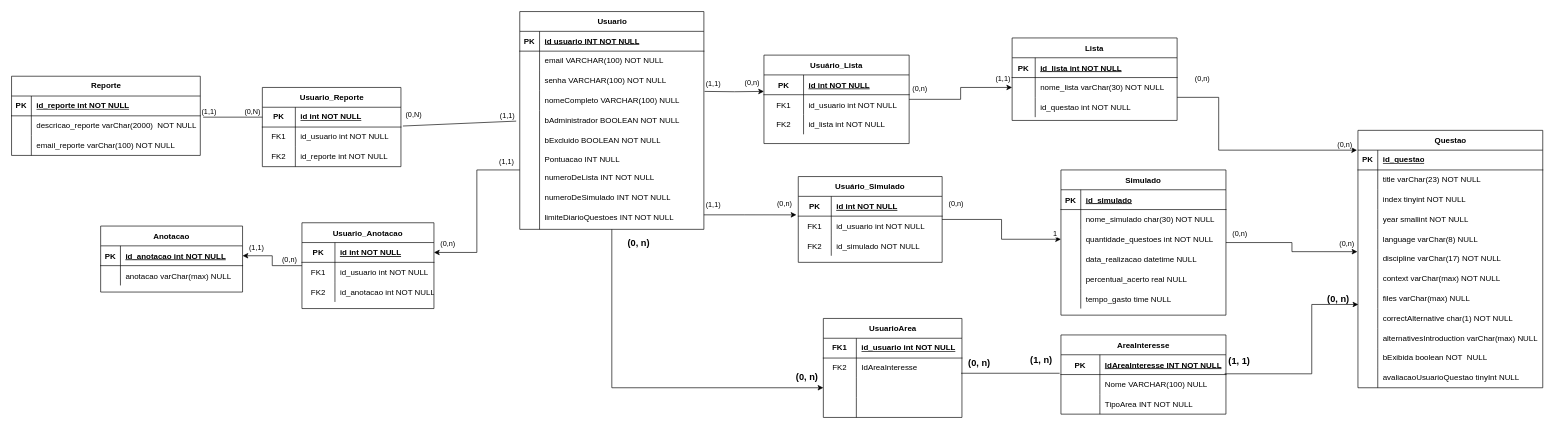
Before: DIAGRAMA ER.drawio in augustorazani/QENEM-UML-Diagram, a draw.io diagram. Source tidied: cells renumbered, new cells numbered last; positions are measured from the earlier drawing's top-left corner, leaving out a move shared by most shapes. Both pictures are drawn from the tidied source at 66%, with x=0, y=0 at pixel (11, 11).
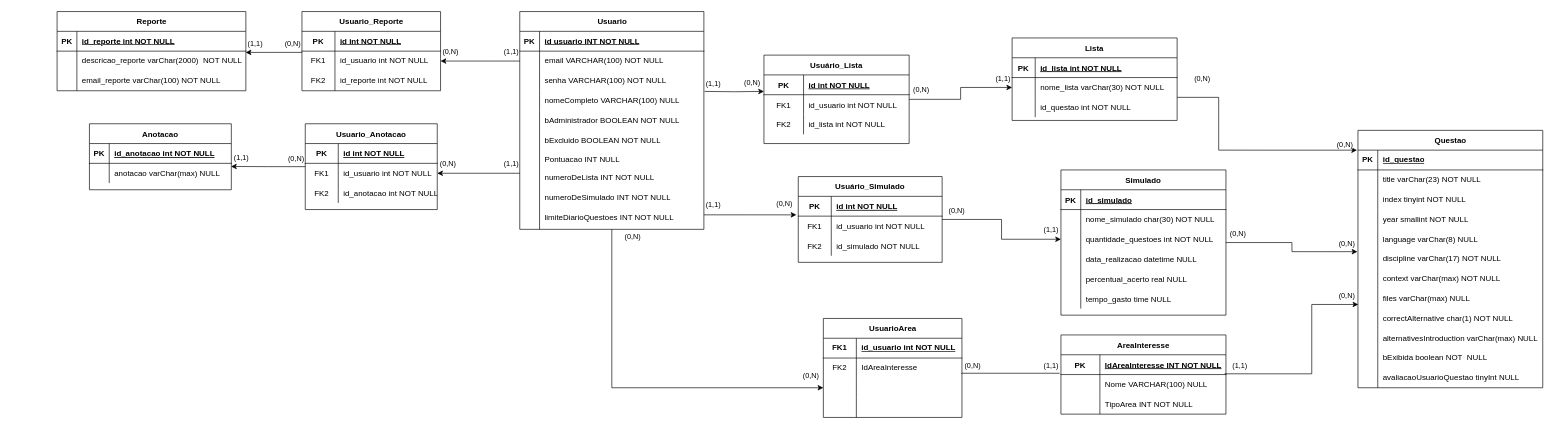
After the change.

Unchanged cells that the change refers to:
```xml
<mxCell id="2" style="edgeStyle=orthogonalEdgeStyle;rounded=0;jettySize=auto;html=1;entryX=-0.005;entryY=0.077;entryDx=0;entryDy=0;entryPerimeter=0;" parent="1" edge="1" source="5" target="55">
  <mxGeometry relative="1" as="geometry">
    <Array as="points">
      <mxPoint x="1710" y="103" />
      <mxPoint x="1710" y="108" />
      <mxPoint x="1711" y="108" />
      <mxPoint x="1711" y="130" />
      <mxPoint x="1829" y="130" />
      <mxPoint x="1829" y="210" />
    </Array>
  </mxGeometry>
</mxCell>
<mxCell id="26" style="edgeStyle=orthogonalEdgeStyle;rounded=0;jettySize=auto;html=1;entryX=0;entryY=0.833;entryDx=0;entryDy=0;entryPerimeter=0;" parent="1" edge="1" target="17">
  <mxGeometry relative="1" as="geometry">
    <mxPoint x="1050" y="121" as="sourcePoint" />
  </mxGeometry>
</mxCell>
<mxCell id="30" style="shape=tableRow;horizontal=0;startSize=0;swimlaneHead=0;swimlaneBody=0;fillColor=none;points=[[0,0.5],[1,0.5]];portConstraint=eastwest;top=0;left=0;right=0;bottom=1;" parent="29" vertex="1">
  <mxGeometry y="30" width="210" height="30" as="geometry" />
</mxCell>
<mxCell id="33" style="shape=tableRow;horizontal=0;startSize=0;swimlaneHead=0;swimlaneBody=0;fillColor=none;points=[[0,0.5],[1,0.5]];portConstraint=eastwest;top=0;left=0;right=0;bottom=0;" parent="29" vertex="1">
  <mxGeometry y="60" width="210" height="30" as="geometry" />
</mxCell>
<mxCell id="43" style="shape=tableRow;horizontal=0;startSize=0;swimlaneHead=0;swimlaneBody=0;fillColor=none;points=[[0,0.5],[1,0.5]];portConstraint=eastwest;top=0;left=0;right=0;bottom=0;" parent="39" vertex="1">
  <mxGeometry y="60" width="286" height="30" as="geometry" />
</mxCell>
<mxCell id="94" value="Usuario" style="shape=table;startSize=30;childLayout=tableLayout;rowLines=0;fontStyle=1;align=center;html=1;" parent="1" vertex="1">
  <mxGeometry x="770" width="279" height="330" as="geometry" />
</mxCell>
<mxCell id="156" style="shape=partialRectangle;fillColor=none;points=[[0,0.5],[1,0.5]];portConstraint=eastwest;top=0;left=0;right=0;bottom=1;" parent="155" vertex="1">
  <mxGeometry y="30" width="215" height="30" as="geometry" />
</mxCell>
<mxCell id="159" style="shape=partialRectangle;fillColor=none;points=[[0,0.5],[1,0.5]];portConstraint=eastwest;top=0;left=0;right=0;bottom=0;" parent="155" vertex="1">
  <mxGeometry y="60" width="215" height="30" as="geometry" />
</mxCell>
<mxCell id="164" style="shape=partialRectangle;fillColor=none;points=[[0,0.5],[1,0.5]];portConstraint=eastwest;top=0;left=0;right=0;bottom=1;" parent="163" vertex="1">
  <mxGeometry y="30" width="200" height="30" as="geometry" />
</mxCell>
<mxCell id="167" style="shape=partialRectangle;fillColor=none;points=[[0,0.5],[1,0.5]];portConstraint=eastwest;top=0;left=0;right=0;bottom=0;" parent="163" vertex="1">
  <mxGeometry y="60" width="200" height="30" as="geometry" />
</mxCell>
```

Diff of the diagram source:
```diff
@@
-    <mxCell id="3" value="(0,n)" style="edgeLabel;html=1;align=center;verticalAlign=middle;" parent="2" vertex="1">
+    <mxCell id="3" value="(0,N)" style="edgeLabel;html=1;align=center;verticalAlign=middle;" parent="2" vertex="1">
       <mxGeometry x="0.8" y="1" relative="1" as="geometry">
         <mxPoint x="16" y="-9" as="offset" />
       </mxGeometry>
     </mxCell>
-    <mxCell id="4" value="(0,n)" style="edgeLabel;html=1;align=center;verticalAlign=middle;" parent="2" vertex="1">
+    <mxCell id="4" value="(0,N)" style="edgeLabel;html=1;align=center;verticalAlign=middle;" parent="2" vertex="1">
       <mxGeometry x="-0.8" y="1" relative="1" as="geometry">
         <mxPoint x="2" y="-29" as="offset" />
       </mxGeometry>
     </mxCell>
@@
-    <mxCell id="27" value="(0,n)" style="edgeLabel;html=1;align=center;verticalAlign=middle;" parent="26" vertex="1">
+    <mxCell id="27" value="(0,N)" style="edgeLabel;html=1;align=center;verticalAlign=middle;" parent="26" vertex="1">
       <mxGeometry x="0.6" y="1" relative="1" as="geometry">
         <mxPoint y="-12" as="offset" />
       </mxGeometry>
     </mxCell>
-    <mxCell id="28" value="(0,n)" style="edgeLabel;html=1;align=center;verticalAlign=middle;" parent="1" vertex="1">
-      <mxGeometry x="1370" y="115" as="geometry">
-        <mxPoint x="5" y="1" as="offset" />
+    <mxCell id="28" value="(0,N)" style="edgeLabel;html=1;align=center;verticalAlign=middle;" parent="1" vertex="1">
+      <mxGeometry x="1380" y="120" as="geometry">
+        <mxPoint x="-3" y="-2" as="offset" />
       </mxGeometry>
     </mxCell>
     <mxCell id="29" value="Usuario_Reporte" style="shape=table;startSize=30;childLayout=tableLayout;rowLines=0;fontStyle=1;align=center;html=1;" parent="1" vertex="1">
-      <mxGeometry x="380" y="115" width="210" height="120" as="geometry" />
+      <mxGeometry x="440" width="210" height="120" as="geometry" />
     </mxCell>
@@
     <mxCell id="39" value="Reporte" style="shape=table;startSize=30;childLayout=tableLayout;rowLines=0;fontStyle=1;align=center;html=1;" parent="1" vertex="1">
-      <mxGeometry y="98" width="286" height="120" as="geometry" />
+      <mxGeometry x="69" width="286" height="120" as="geometry" />
     </mxCell>
@@
-    <mxCell id="49" style="endArrow=none;html=1;rounded=0;entryX=0;entryY=0.5;entryDx=0;entryDy=0;exitX=1.015;exitY=0.067;exitDx=0;exitDy=0;exitPerimeter=0;" parent="1" edge="1" source="43" target="30">
-      <mxGeometry relative="1" as="geometry" />
-    </mxCell>
-    <mxCell id="50" value="(0,N)" style="edgeLabel;html=1;align=center;verticalAlign=middle;" parent="49" vertex="1">
-      <mxGeometry x="-0.78" y="2" relative="1" as="geometry">
-        <mxPoint x="64" y="-8" as="offset" />
-      </mxGeometry>
-    </mxCell>
-    <mxCell id="51" style="endArrow=none;html=1;rounded=0;exitX=1.014;exitY=0.948;exitDx=0;exitDy=0;exitPerimeter=0;entryX=-0.03;entryY=-0.134;entryDx=0;entryDy=0;entryPerimeter=0;" parent="1" edge="1" source="30">
-      <mxGeometry relative="1" as="geometry">
-        <mxPoint x="764.6" y="166" as="targetPoint" />
-      </mxGeometry>
-    </mxCell>
     <mxCell id="52" value="(1,1)" style="edgeLabel;html=1;align=center;verticalAlign=middle;" parent="1" vertex="1">
-      <mxGeometry x="280" y="160" as="geometry">
+      <mxGeometry x="350" y="58" as="geometry">
         <mxPoint x="18" y="-10" as="offset" />
       </mxGeometry>
     </mxCell>
     <mxCell id="53" value="(0,N)" style="edgeLabel;html=1;align=center;verticalAlign=middle;" parent="1" vertex="1">
-      <mxGeometry x="590" y="165" as="geometry">
+      <mxGeometry x="646" y="70" as="geometry">
         <mxPoint x="18" y="-10" as="offset" />
       </mxGeometry>
     </mxCell>
     <mxCell id="54" value="(1,1)" style="edgeLabel;html=1;align=center;verticalAlign=middle;" parent="1" vertex="1">
-      <mxGeometry x="430" y="150" as="geometry">
+      <mxGeometry x="436" y="53" as="geometry">
         <mxPoint x="320" y="7" as="offset" />
       </mxGeometry>
     </mxCell>
@@
-    <mxCell id="92" style="edgeStyle=orthogonalEdgeStyle;rounded=0;jettySize=auto;html=1;entryX=1;entryY=0.5;entryDx=0;entryDy=0;" parent="1" edge="1" source="94" target="164">
-      <mxGeometry relative="1" as="geometry">
-        <Array as="points">
-          <mxPoint x="705" y="240" />
-          <mxPoint x="705" y="365" />
-        </Array>
-      </mxGeometry>
-    </mxCell>
@@
+    <mxCell id="214" style="edgeStyle=orthogonalEdgeStyle;rounded=0;jettySize=auto;html=1;entryX=1;entryY=0.5;entryDx=0;entryDy=0;" parent="1" edge="1" source="94" target="33">
+      <mxGeometry relative="1" as="geometry">
+        <Array as="points">
+          <mxPoint x="730" y="75" />
+          <mxPoint x="730" y="75" />
+        </Array>
+      </mxGeometry>
+    </mxCell>
+    <mxCell id="215" style="edgeStyle=orthogonalEdgeStyle;rounded=0;jettySize=auto;html=1;entryX=1;entryY=0.5;entryDx=0;entryDy=0;" parent="1" edge="1" source="94" target="167">
+      <mxGeometry relative="1" as="geometry">
+        <Array as="points">
+          <mxPoint x="740" y="245" />
+          <mxPoint x="740" y="245" />
+        </Array>
+      </mxGeometry>
+    </mxCell>
@@
-    <mxCell id="152" value="(0,n)" style="edgeLabel;html=1;align=center;verticalAlign=middle;" parent="1" vertex="1">
+    <mxCell id="152" value="(0,N)" style="edgeLabel;html=1;align=center;verticalAlign=middle;" parent="1" vertex="1">
       <mxGeometry x="1170" y="290" as="geometry" />
     </mxCell>
-    <mxCell id="153" value="(0,n)" style="edgeLabel;html=1;align=center;verticalAlign=middle;" parent="1" vertex="1">
-      <mxGeometry x="1430" y="290" as="geometry" />
+    <mxCell id="153" value="(0,N)" style="edgeLabel;html=1;align=center;verticalAlign=middle;" parent="1" vertex="1">
+      <mxGeometry x="1450" y="315" as="geometry">
+        <mxPoint x="-19" y="-15" as="offset" />
+      </mxGeometry>
     </mxCell>
-    <mxCell id="154" value="1" style="edgeLabel;html=1;align=center;verticalAlign=middle;" parent="1" vertex="1">
-      <mxGeometry x="1580" y="335" as="geometry" />
+    <mxCell id="154" value="(1,1)" style="edgeLabel;html=1;align=center;verticalAlign=middle;" parent="1" vertex="1">
+      <mxGeometry x="1574" y="330" as="geometry" />
     </mxCell>
     <mxCell id="155" value="Anotacao" style="shape=table;startSize=30;childLayout=tableLayout;rowLines=0;fontStyle=1;align=center;" parent="1" vertex="1">
-      <mxGeometry x="135" y="325" width="215" height="100" as="geometry" />
+      <mxGeometry x="118" y="170" width="215" height="100" as="geometry" />
     </mxCell>
@@
-    <mxCell id="162" style="edgeStyle=orthogonalEdgeStyle;rounded=0;jettySize=auto;html=1;entryX=1;entryY=0.5;entryDx=0;entryDy=0;" parent="1" edge="1" source="163" target="156">
+    <mxCell id="162" style="edgeStyle=orthogonalEdgeStyle;rounded=0;jettySize=auto;html=1;entryX=0.998;entryY=0.157;entryDx=0;entryDy=0;entryPerimeter=0;" parent="1" edge="1" source="163" target="159">
       <mxGeometry relative="1" as="geometry" />
     </mxCell>
     <mxCell id="163" value="Usuario_Anotacao" style="shape=table;startSize=30;childLayout=tableLayout;rowLines=0;fontStyle=1;align=center;" parent="1" vertex="1">
-      <mxGeometry x="440" y="320" width="200" height="130" as="geometry" />
+      <mxGeometry x="445" y="170" width="200" height="130" as="geometry" />
     </mxCell>
@@
-    <mxCell id="173" value="(0,n)" style="edgeLabel;html=1;align=center;verticalAlign=middle;" parent="1" vertex="1">
-      <mxGeometry x="660" y="350" as="geometry" />
+    <mxCell id="173" value="(0,N)" style="edgeLabel;html=1;align=center;verticalAlign=middle;" parent="1" vertex="1">
+      <mxGeometry x="660" y="230" as="geometry" />
     </mxCell>
     <mxCell id="174" value="(1,1)" style="edgeLabel;html=1;align=center;verticalAlign=middle;" parent="1" vertex="1">
-      <mxGeometry x="750" y="225" as="geometry">
+      <mxGeometry x="757" y="227" as="geometry">
         <mxPoint x="-1" y="2" as="offset" />
       </mxGeometry>
     </mxCell>
-    <mxCell id="175" value="(0,n)" style="edgeLabel;html=1;align=center;verticalAlign=middle;" parent="1" vertex="1">
-      <mxGeometry x="420" y="375" as="geometry" />
+    <mxCell id="175" value="(0,N)" style="edgeLabel;html=1;align=center;verticalAlign=middle;" parent="1" vertex="1">
+      <mxGeometry x="430" y="222" as="geometry" />
     </mxCell>
     <mxCell id="176" value="(1,1)" style="edgeLabel;html=1;align=center;verticalAlign=middle;" parent="1" vertex="1">
-      <mxGeometry x="370" y="360" as="geometry">
+      <mxGeometry x="347" y="224" as="geometry">
         <mxPoint y="-3" as="offset" />
       </mxGeometry>
     </mxCell>
@@
-    <mxCell id="201" value="&lt;font style=&quot;font-size: 14px;&quot;&gt;(0, n)&lt;/font&gt;" style="text;strokeColor=none;fillColor=none;html=1;fontSize=24;fontStyle=1;verticalAlign=middle;align=center;" parent="1" vertex="1">
-      <mxGeometry x="900" y="327" width="100" height="40" as="geometry" />
-    </mxCell>
-    <mxCell id="202" value="&lt;font style=&quot;font-size: 14px;&quot;&gt;(0, n)&lt;/font&gt;" style="text;strokeColor=none;fillColor=none;html=1;fontSize=24;fontStyle=1;verticalAlign=middle;align=center;" parent="1" vertex="1">
-      <mxGeometry x="1170" y="535" width="70" height="30" as="geometry" />
-    </mxCell>
-    <mxCell id="203" value="&lt;font style=&quot;font-size: 14px;&quot;&gt;(0, n)&lt;/font&gt;" style="text;strokeColor=none;fillColor=none;html=1;fontSize=24;fontStyle=1;verticalAlign=middle;align=center;" parent="1" vertex="1">
-      <mxGeometry x="1416" y="510" width="100" height="40" as="geometry" />
-    </mxCell>
-    <mxCell id="204" value="&lt;font style=&quot;font-size: 14px;&quot;&gt;(1, n)&lt;/font&gt;" style="text;strokeColor=none;fillColor=none;html=1;fontSize=24;fontStyle=1;verticalAlign=middle;align=center;" parent="1" vertex="1">
-      <mxGeometry x="1510" y="505" width="100" height="40" as="geometry" />
-    </mxCell>
-    <mxCell id="205" value="&lt;font style=&quot;font-size: 14px;&quot;&gt;&lt;b&gt;(1, 1)&lt;/b&gt;&lt;/font&gt;" style="text;html=1;align=center;verticalAlign=middle;strokeColor=none;fillColor=none;" parent="1" vertex="1">
-      <mxGeometry x="1830" y="515" width="60" height="30" as="geometry" />
-    </mxCell>
-    <mxCell id="206" value="&lt;font style=&quot;font-size: 14px;&quot;&gt;&lt;b&gt;(0, n)&lt;/b&gt;&lt;/font&gt;" style="text;html=1;align=center;verticalAlign=middle;strokeColor=none;fillColor=none;" parent="1" vertex="1">
-      <mxGeometry x="1980" y="420" width="60" height="30" as="geometry" />
-    </mxCell>
@@
-    <mxCell id="209" value="(0,n)" style="edgeLabel;html=1;align=center;verticalAlign=middle;" parent="1" vertex="1">
-      <mxGeometry x="1860" y="335" as="geometry" />
+    <mxCell id="209" value="(0,N)" style="edgeLabel;html=1;align=center;verticalAlign=middle;" parent="1" vertex="1">
+      <mxGeometry x="1860" y="335" as="geometry">
+        <mxPoint x="-3" as="offset" />
+      </mxGeometry>
     </mxCell>
-    <mxCell id="210" value="(0,n)" style="edgeLabel;html=1;align=center;verticalAlign=middle;" parent="1" vertex="1">
+    <mxCell id="210" value="(0,N)" style="edgeLabel;html=1;align=center;verticalAlign=middle;" parent="1" vertex="1">
       <mxGeometry x="2022" y="350" as="geometry" />
     </mxCell>
@@
+    <mxCell id="216" style="edgeStyle=orthogonalEdgeStyle;rounded=0;jettySize=auto;html=1;entryX=0.999;entryY=0.064;entryDx=0;entryDy=0;entryPerimeter=0;" parent="1" edge="1" source="29" target="43">
+      <mxGeometry relative="1" as="geometry">
+        <Array as="points">
+          <mxPoint x="393" y="62" />
+        </Array>
+      </mxGeometry>
+    </mxCell>
+    <mxCell id="217" value="(0,N)" style="edgeLabel;html=1;align=center;verticalAlign=middle;" parent="1" vertex="1">
+      <mxGeometry x="407" y="58" as="geometry">
+        <mxPoint x="18" y="-10" as="offset" />
+      </mxGeometry>
+    </mxCell>
+    <mxCell id="218" value="(0,N)" style="edgeLabel;html=1;align=center;verticalAlign=middle;" parent="1" vertex="1">
+      <mxGeometry x="940" y="340" as="geometry" />
+    </mxCell>
+    <mxCell id="219" value="(0,N)" style="edgeLabel;html=1;align=center;verticalAlign=middle;" parent="1" vertex="1">
+      <mxGeometry x="1210" y="550" as="geometry" />
+    </mxCell>
+    <mxCell id="220" value="(0,N)" style="edgeLabel;html=1;align=center;verticalAlign=middle;" parent="1" vertex="1">
+      <mxGeometry x="1455" y="536" as="geometry" />
+    </mxCell>
+    <mxCell id="221" value="(1,1)" style="edgeLabel;html=1;align=center;verticalAlign=middle;" parent="1" vertex="1">
+      <mxGeometry x="1574" y="536" as="geometry" />
+    </mxCell>
+    <mxCell id="222" value="(1,1)" style="edgeLabel;html=1;align=center;verticalAlign=middle;" parent="1" vertex="1">
+      <mxGeometry x="1860" y="536" as="geometry" />
+    </mxCell>
+    <mxCell id="223" value="(0,N)" style="edgeLabel;html=1;align=center;verticalAlign=middle;" parent="1" vertex="1">
+      <mxGeometry x="2022" y="430" as="geometry" />
+    </mxCell>
```
